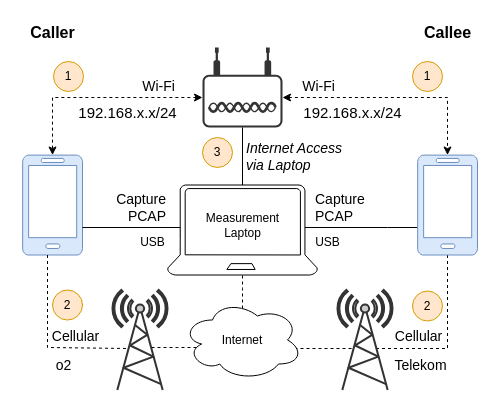
Above: resources/WhatsappTest1.drawio in JustusvonderBeek/master-thesis-scripts-and-measures (draw.io), before the change. Source tidied: cells renumbered, new cells numbered last; positions are measured from the earlier drawing's top-left corner, leaving out a move shared by most shapes. Both pictures are drawn from the tidied source at 100%, with x=0, y=0 at pixel (17, 17).
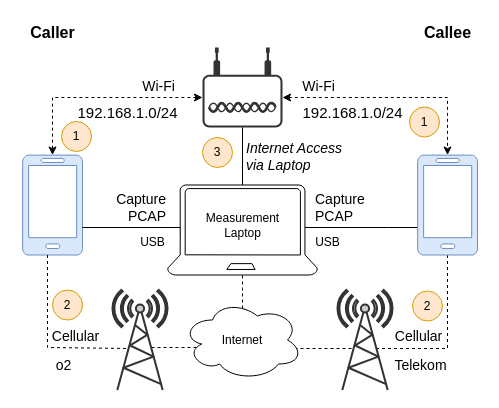
The same page after the edit.

Commit message (it also covers changes not shown here):
replace x.x addresses

The edit, as a diff of the source:
```diff
@@
     <mxCell id="19" value="1" style="ellipse;whiteSpace=wrap;html=1;fillColor=#ffe6cc;strokeColor=#d79b00;" parent="1" vertex="1">
-      <mxGeometry x="36" y="44" width="30" height="30" as="geometry" />
+      <mxGeometry x="44" y="104" width="30" height="30" as="geometry" />
     </mxCell>
@@
-    <mxCell id="21" value="&lt;span style=&quot;font-size: 15px;&quot;&gt;192.168.x.x/24&lt;/span&gt;" style="text;html=1;align=center;verticalAlign=middle;strokeColor=none;fillColor=none;spacing=0;" parent="1" vertex="1">
+    <mxCell id="21" value="&lt;span style=&quot;font-size: 15px;&quot;&gt;192.168.1.0/24&lt;/span&gt;" style="text;html=1;align=center;verticalAlign=middle;strokeColor=none;fillColor=none;spacing=0;" parent="1" vertex="1">
       <mxGeometry x="275" y="80" width="120" height="30" as="geometry" />
     </mxCell>
-    <mxCell id="22" value="&lt;span style=&quot;font-size: 15px;&quot;&gt;192.168.x.x/24&lt;/span&gt;" style="text;html=1;align=center;verticalAlign=middle;strokeColor=none;fillColor=none;" parent="1" vertex="1">
+    <mxCell id="22" value="&lt;span style=&quot;font-size: 15px;&quot;&gt;192.168.1.0/24&lt;/span&gt;" style="text;html=1;align=center;verticalAlign=middle;strokeColor=none;fillColor=none;" parent="1" vertex="1">
       <mxGeometry x="50" y="80" width="120" height="30" as="geometry" />
     </mxCell>
     <mxCell id="23" value="1" style="ellipse;whiteSpace=wrap;html=1;fillColor=#ffe6cc;strokeColor=#d79b00;" parent="1" vertex="1">
-      <mxGeometry x="395" y="44" width="30" height="30" as="geometry" />
+      <mxGeometry x="392" y="89.5" width="30" height="30" as="geometry" />
     </mxCell>
```
